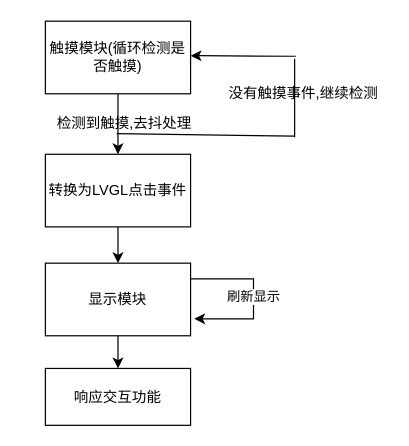
Above: 资料/论文资料/触摸交互流程.drawio in DongLongWang-Project/My_STM32_Phone (draw.io), before the change. Source tidied: cells renumbered, new cells numbered last; positions are measured from the earlier drawing's top-left corner, leaving out a move shared by most shapes. Both pictures are drawn from the tidied source at 121%, with x=0, y=0 at pixel (45, 21).
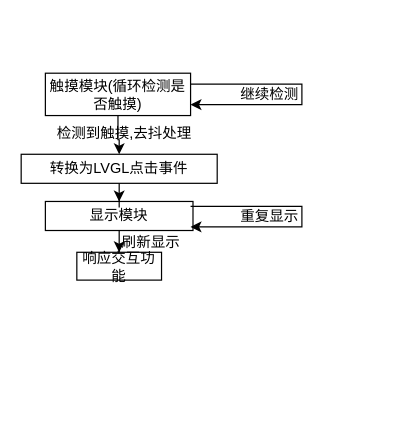
The same diagram, later.

Diff of the diagram source:
```diff
@@
     <mxCell id="3" value="触摸模块(循环检测是否触摸)" style="rounded=0;whiteSpace=wrap;html=1;" parent="1" vertex="1">
-      <mxGeometry width="120" height="60" as="geometry" />
+      <mxGeometry y="43" width="120" height="35" as="geometry" />
     </mxCell>
-    <mxCell id="4" style="edgeStyle=orthogonalEdgeStyle;rounded=0;jettySize=auto;html=1;" parent="1" edge="1" source="7">
-      <mxGeometry relative="1" as="geometry">
-        <mxPoint x="123" y="246" as="targetPoint" />
-        <Array as="points">
-          <mxPoint x="172" y="213" />
-          <mxPoint x="172" y="246" />
-        </Array>
-      </mxGeometry>
-    </mxCell>
-    <mxCell id="5" value="刷新显示" style="edgeLabel;html=1;align=center;verticalAlign=middle;" parent="4" vertex="1">
-      <mxGeometry x="-0.01" y="-1" relative="1" as="geometry" />
-    </mxCell>
@@
     <mxCell id="7" value="显示模块" style="rounded=0;whiteSpace=wrap;html=1;" parent="1" vertex="1">
-      <mxGeometry y="200" width="120" height="60" as="geometry" />
+      <mxGeometry y="149" width="122" height="24" as="geometry" />
     </mxCell>
@@
     <mxCell id="9" value="转换为LVGL点击事件" style="whiteSpace=wrap;html=1;rounded=0;" parent="1" vertex="1">
-      <mxGeometry y="110" width="120" height="60" as="geometry" />
+      <mxGeometry x="-20" y="110" width="162" height="24" as="geometry" />
     </mxCell>
     <mxCell id="10" value="检测到触摸,去抖处理" style="text;html=1;align=center;verticalAlign=middle;strokeColor=none;fillColor=none;" parent="1" vertex="1">
-      <mxGeometry y="70" width="130" height="30" as="geometry" />
+      <mxGeometry y="78" width="130" height="30" as="geometry" />
     </mxCell>
-    <mxCell id="11" style="endArrow=none;html=1;rounded=0;endFill=0;" parent="1" edge="1">
-      <mxGeometry relative="1" as="geometry">
-        <mxPoint x="59" y="93" as="sourcePoint" />
-        <mxPoint x="206" y="95" as="targetPoint" />
-      </mxGeometry>
-    </mxCell>
-    <mxCell id="12" style="endArrow=none;html=1;rounded=0;endFill=0;" parent="1" edge="1">
-      <mxGeometry relative="1" as="geometry">
-        <mxPoint x="206" y="96" as="sourcePoint" />
-        <mxPoint x="206" y="31" as="targetPoint" />
-      </mxGeometry>
-    </mxCell>
-    <mxCell id="13" style="endArrow=classic;html=1;rounded=0;" parent="1" edge="1">
-      <mxGeometry relative="1" as="geometry">
-        <mxPoint x="207" y="29" as="sourcePoint" />
-        <mxPoint x="120" y="28.5" as="targetPoint" />
-      </mxGeometry>
-    </mxCell>
-    <mxCell id="14" value="没有触摸事件,继续检测" style="text;html=1;align=center;verticalAlign=middle;strokeColor=none;fillColor=none;" parent="1" vertex="1">
-      <mxGeometry x="142" y="47" width="141" height="26" as="geometry" />
+    <mxCell id="14" value="继续检测" style="text;html=1;align=center;verticalAlign=middle;strokeColor=none;fillColor=none;rotation=0;" parent="1" vertex="1">
+      <mxGeometry x="152" y="47.5" width="66" height="26" as="geometry" />
     </mxCell>
     <mxCell id="15" value="响应交互功能" style="whiteSpace=wrap;html=1;rounded=0;" parent="1" vertex="1">
-      <mxGeometry y="287" width="120" height="47" as="geometry" />
+      <mxGeometry x="26" y="191" width="70" height="23" as="geometry" />
     </mxCell>
+    <mxCell id="5" value="刷新显示" style="text;html=1;align=center;verticalAlign=middle;strokeColor=none;fillColor=none;" parent="1" vertex="1">
+      <mxGeometry x="54" y="170" width="66" height="26" as="geometry" />
+    </mxCell>
+    <mxCell id="16" style="endArrow=classic;html=1;rounded=0;exitX=1;exitY=0.25;exitDx=0;exitDy=0;entryX=1;entryY=0.75;entryDx=0;entryDy=0;" parent="1" edge="1">
+      <mxGeometry relative="1" as="geometry">
+        <mxPoint x="120" y="52" as="sourcePoint" />
+        <mxPoint x="120" y="69" as="targetPoint" />
+        <Array as="points">
+          <mxPoint x="212" y="52" />
+          <mxPoint x="212" y="69" />
+          <mxPoint x="184" y="69" />
+        </Array>
+      </mxGeometry>
+    </mxCell>
+    <mxCell id="17" value="重复显示" style="text;html=1;align=center;verticalAlign=middle;strokeColor=none;fillColor=none;" parent="1" vertex="1">
+      <mxGeometry x="152" y="149" width="66" height="26" as="geometry" />
+    </mxCell>
+    <mxCell id="18" style="endArrow=classic;html=1;rounded=0;exitX=1;exitY=0.25;exitDx=0;exitDy=0;entryX=1;entryY=0.75;entryDx=0;entryDy=0;" parent="1" edge="1">
+      <mxGeometry relative="1" as="geometry">
+        <mxPoint x="120" y="153" as="sourcePoint" />
+        <mxPoint x="120" y="170" as="targetPoint" />
+        <Array as="points">
+          <mxPoint x="212" y="153" />
+          <mxPoint x="212" y="170" />
+        </Array>
+      </mxGeometry>
+    </mxCell>
```
